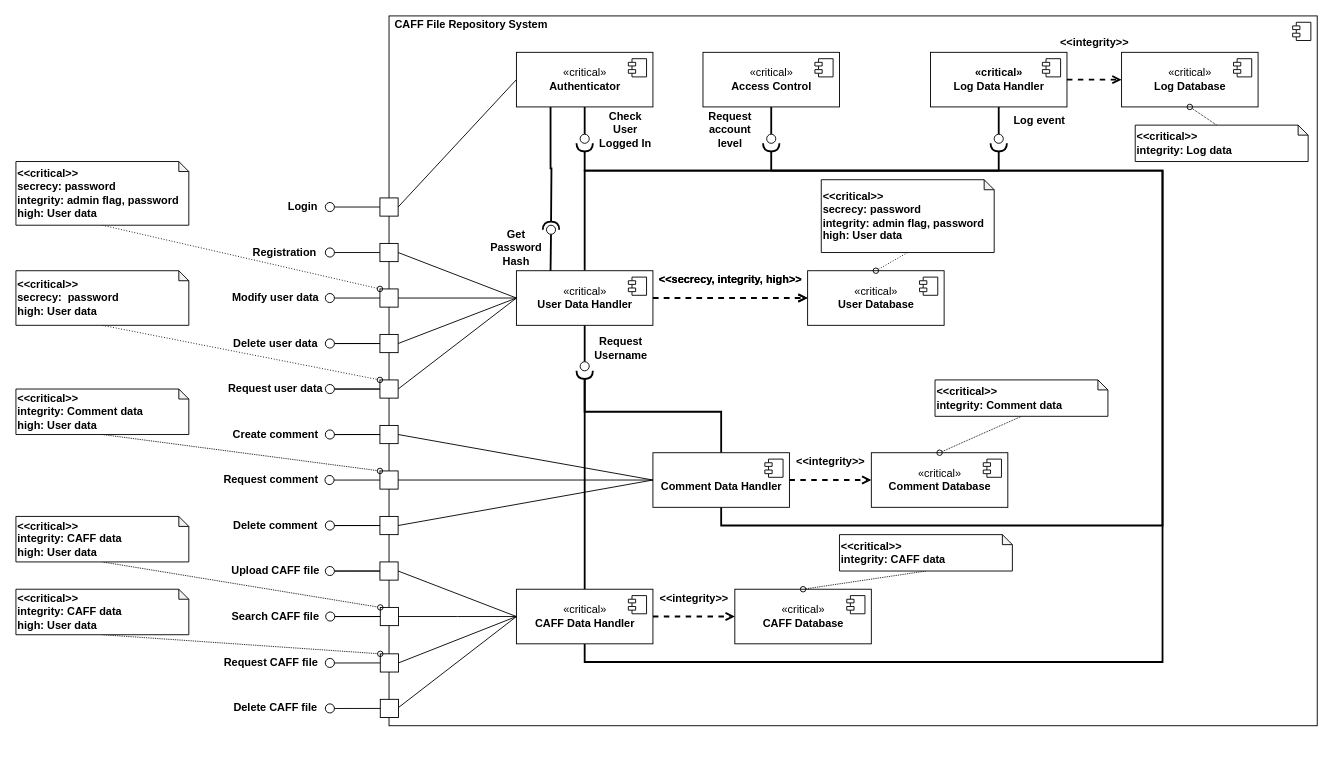
Above: Documentation/Component-Diagram.drawio in nemkrisz11/Computer-Security-Homework-2021-SHAjt (draw.io), before the change. Source tidied: cells renumbered, new cells numbered last; positions are measured from the earlier drawing's top-left corner, leaving out a move shared by most shapes. Both pictures are drawn from the tidied source at 91%, with x=0, y=0 at pixel (15, 15).
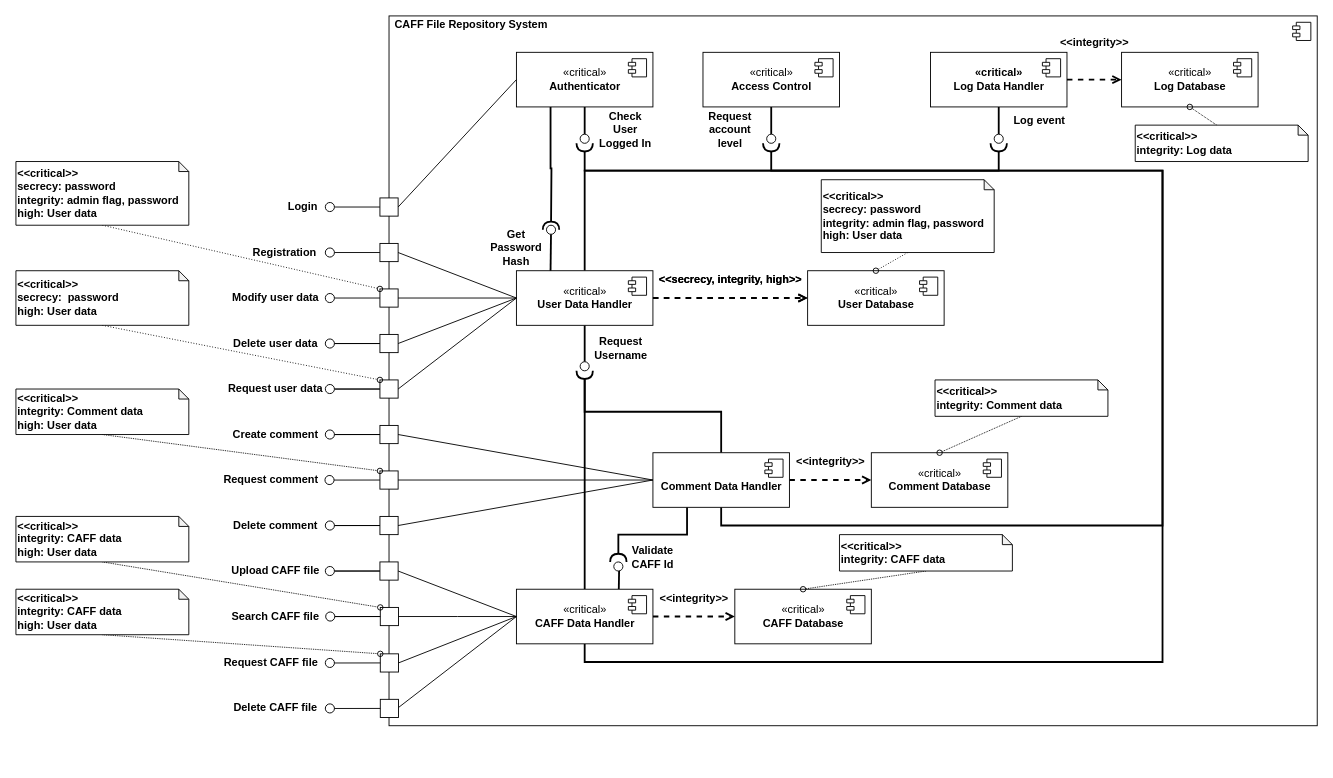
The same diagram, later.

The change refers to these unchanged cells:
```xml
<mxCell id="13" value="«critical»&lt;div&gt;&lt;b&gt;CAFF Data Handler&lt;/b&gt;&lt;/div&gt;" style="html=1;" parent="1" vertex="1">
  <mxGeometry x="550" y="630" width="150" height="60" as="geometry" />
</mxCell>
<mxCell id="18" value="&lt;div&gt;&lt;b&gt;&lt;br&gt;&lt;/b&gt;&lt;/div&gt;&lt;div&gt;&lt;b&gt;Comment Data Handler&lt;/b&gt;&lt;/div&gt;" style="html=1;" parent="1" vertex="1">
  <mxGeometry x="700" y="480" width="150" height="60" as="geometry" />
</mxCell>
```

Change to the diagram source:
```diff
@@
+    <mxCell id="164" style="edgeStyle=orthogonalEdgeStyle;rounded=0;jettySize=auto;html=1;exitX=0.75;exitY=0;exitDx=0;exitDy=0;endArrow=none;endFill=0;strokeWidth=2;" parent="1" edge="1" source="13">
+      <mxGeometry relative="1" as="geometry">
+        <mxPoint x="663" y="600" as="targetPoint" />
+      </mxGeometry>
+    </mxCell>
@@
+    <mxCell id="165" style="edgeStyle=orthogonalEdgeStyle;rounded=0;jettySize=auto;html=1;exitX=0.25;exitY=1;exitDx=0;exitDy=0;endArrow=halfCircle;endFill=0;strokeWidth=2;" parent="1" edge="1" source="18" target="168">
+      <mxGeometry relative="1" as="geometry" />
+    </mxCell>
@@
+    <mxCell id="166" style="group;" parent="1" vertex="1">
+      <mxGeometry x="657" y="600" width="10" height="10" as="geometry" />
+    </mxCell>
+    <mxCell id="167" style="group;" parent="166" vertex="1">
+      <mxGeometry width="10" height="10" as="geometry" />
+    </mxCell>
+    <mxCell id="168" style="ellipse;whiteSpace=wrap;html=1;align=center;points=[];outlineConnect=0;sketch=0;rotation=-180;" parent="167" vertex="1">
+      <mxGeometry width="10" height="10" as="geometry" />
+    </mxCell>
+    <mxCell id="169" value="&lt;b&gt;Validate CAFF Id&lt;br&gt;&lt;/b&gt;" style="text;html=1;strokeColor=none;fillColor=none;align=center;verticalAlign=middle;whiteSpace=wrap;rounded=0;" parent="1" vertex="1">
+      <mxGeometry x="665" y="580" width="70" height="30" as="geometry" />
+    </mxCell>
```
